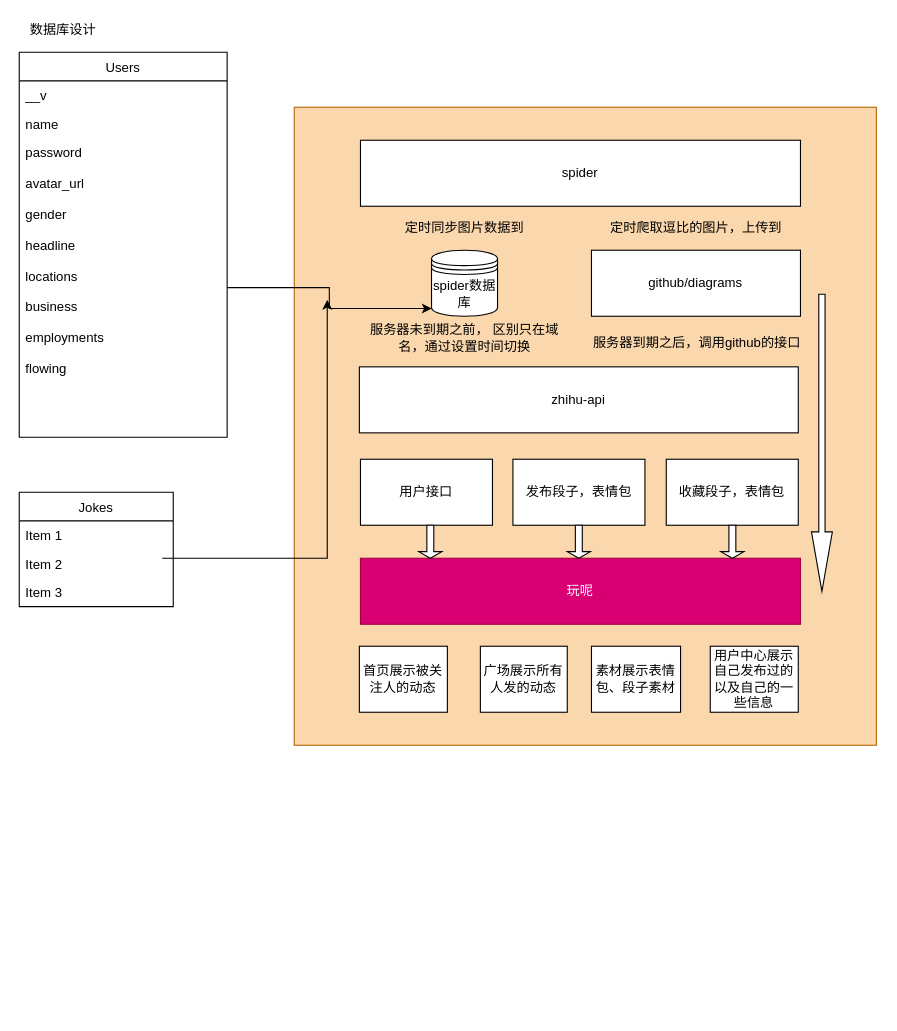
Before: uml/玩呢.drawio in Zenquan/diagrams, a draw.io diagram. Source tidied: cells renumbered, new cells numbered last; positions are measured from the earlier drawing's top-left corner, leaving out a move shared by most shapes. Both pictures are drawn from the tidied source at 110%, with x=0, y=0 at pixel (19, 19).
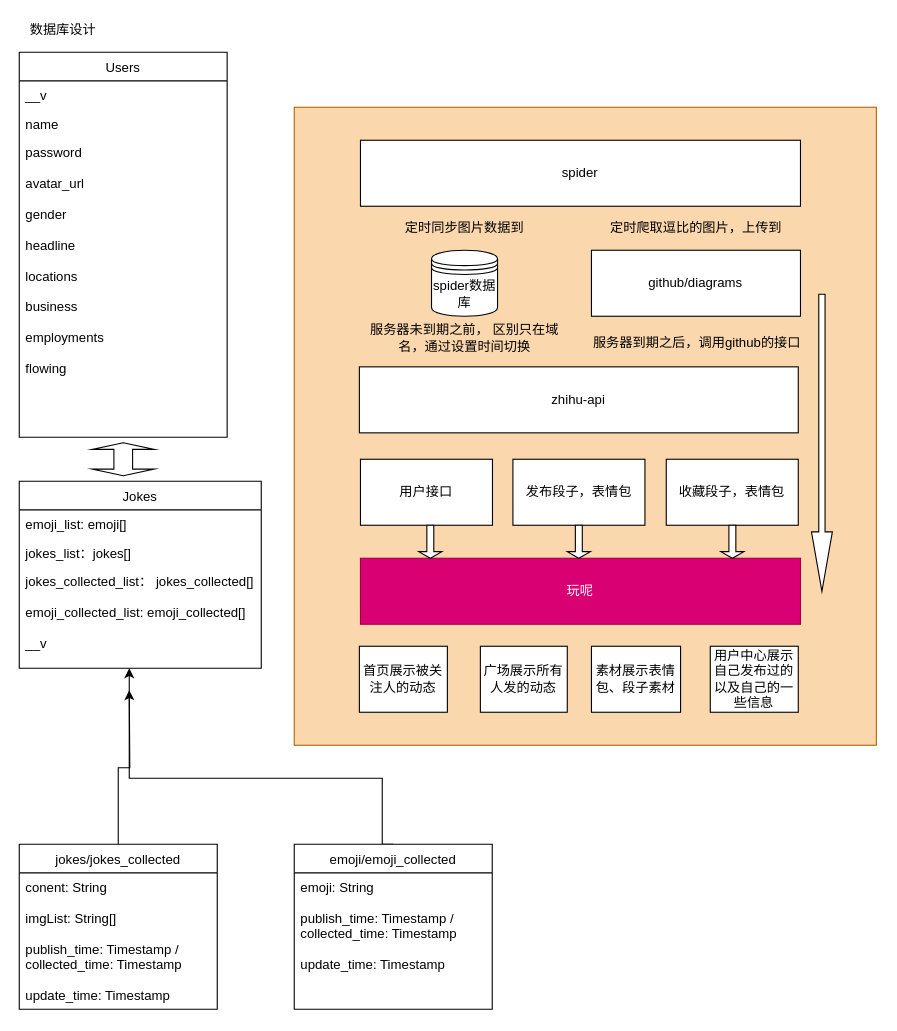
Above is the later version.

The change refers to these unchanged cells:
```xml
<mxCell id="7" value="password&#10;&#10;avatar_url&#10;&#10;gender&#10;&#10;headline&#10;&#10;locations&#10;&#10;business&#10;&#10;employments&#10;&#10;flowing" style="text;strokeColor=none;fillColor=none;align=left;verticalAlign=top;spacingLeft=4;spacingRight=4;overflow=hidden;points=[[0,0.5],[1,0.5]];portConstraint=eastwest;" parent="4" vertex="1">
  <mxGeometry y="78" width="189" height="272" as="geometry" />
</mxCell>
<mxCell id="27" value="&lt;span&gt;spider数据库&lt;/span&gt;" style="shape=datastore;whiteSpace=wrap;html=1;" parent="1" vertex="1">
  <mxGeometry x="374.8" y="210" width="60" height="60" as="geometry" />
</mxCell>
```

What changed in the source:
```diff
@@
     <mxCell id="13" value="Jokes" style="swimlane;fontStyle=0;horizontal=1;startSize=26;" parent="1" vertex="1">
-      <mxGeometry y="430" width="140" height="104" as="geometry" />
+      <mxGeometry y="420" width="220" height="170" as="geometry" />
     </mxCell>
+    <mxCell id="15" value="emoji_list: emoji[]" style="text;strokeColor=none;fillColor=none;align=left;verticalAlign=top;spacingLeft=4;spacingRight=4;overflow=hidden;" parent="13" vertex="1">
+      <mxGeometry y="26" width="220" height="26" as="geometry" />
+    </mxCell>
-    <mxCell id="14" value="Item 1" style="text;strokeColor=none;fillColor=none;align=left;verticalAlign=top;spacingLeft=4;spacingRight=4;overflow=hidden;" parent="13" vertex="1">
-      <mxGeometry y="26" width="140" height="26" as="geometry" />
+    <mxCell id="14" value="jokes_list：jokes[]" style="text;strokeColor=none;fillColor=none;align=left;verticalAlign=top;spacingLeft=4;spacingRight=4;overflow=hidden;" parent="13" vertex="1">
+      <mxGeometry y="52" width="220" height="26" as="geometry" />
     </mxCell>
-    <mxCell id="15" value="Item 2" style="text;strokeColor=none;fillColor=none;align=left;verticalAlign=top;spacingLeft=4;spacingRight=4;overflow=hidden;" parent="13" vertex="1">
-      <mxGeometry y="52" width="140" height="26" as="geometry" />
-    </mxCell>
-    <mxCell id="16" value="Item 3" style="text;strokeColor=none;fillColor=none;align=left;verticalAlign=top;spacingLeft=4;spacingRight=4;overflow=hidden;points=[[0,0.5],[1,0.5]];portConstraint=eastwest;" parent="13" vertex="1">
-      <mxGeometry y="78" width="140" height="26" as="geometry" />
+    <mxCell id="16" value="jokes_collected_list： jokes_collected[]&#10;&#10;emoji_collected_list: emoji_collected[]&#10;&#10;__v" style="text;strokeColor=none;fillColor=none;align=left;verticalAlign=top;spacingLeft=4;spacingRight=4;overflow=hidden;points=[[0,0.5],[1,0.5]];portConstraint=eastwest;" parent="13" vertex="1">
+      <mxGeometry y="78" width="220" height="92" as="geometry" />
     </mxCell>
@@
-    <mxCell id="32" style="edgeStyle=orthogonalEdgeStyle;rounded=0;jettySize=auto;html=1;exitX=1;exitY=0.5;exitDx=0;exitDy=0;entryX=0.004;entryY=0.883;entryDx=0;entryDy=0;entryPerimeter=0;" parent="1" edge="1" source="7" target="27">
-      <mxGeometry relative="1" as="geometry" />
-    </mxCell>
-    <mxCell id="33" style="edgeStyle=orthogonalEdgeStyle;rounded=0;orthogonalLoop=1;jettySize=auto;html=1;exitX=1;exitY=0.5;exitDx=0;exitDy=0;" parent="1" edge="1">
-      <mxGeometry relative="1" as="geometry">
-        <mxPoint x="130" y="490" as="sourcePoint" />
-        <mxPoint x="280" y="255" as="targetPoint" />
-        <Array as="points">
-          <mxPoint x="280" y="490" />
-        </Array>
-      </mxGeometry>
-    </mxCell>
+    <mxCell id="34" style="edgeStyle=orthogonalEdgeStyle;rounded=0;jettySize=auto;html=1;exitX=0.5;exitY=0;exitDx=0;exitDy=0;" parent="1" edge="1" source="35">
+      <mxGeometry relative="1" as="geometry">
+        <mxPoint x="100" y="610" as="targetPoint" />
+      </mxGeometry>
+    </mxCell>
+    <mxCell id="35" value="jokes/jokes_collected" style="swimlane;fontStyle=0;horizontal=1;startSize=26;" parent="1" vertex="1">
+      <mxGeometry y="750" width="180" height="150" as="geometry" />
+    </mxCell>
+    <mxCell id="36" value="conent: String&#10;&#10;imgList: String[]&#10;&#10;publish_time: Timestamp /&#10;collected_time: Timestamp&#10;&#10;update_time: Timestamp" style="text;strokeColor=none;fillColor=none;align=left;verticalAlign=top;spacingLeft=4;spacingRight=4;overflow=hidden;" parent="35" vertex="1">
+      <mxGeometry y="26" width="180" height="124" as="geometry" />
+    </mxCell>
+    <mxCell id="37" style="edgeStyle=orthogonalEdgeStyle;rounded=0;jettySize=auto;html=1;" parent="1" edge="1" target="16">
+      <mxGeometry relative="1" as="geometry">
+        <mxPoint x="340.1" y="750" as="sourcePoint" />
+        <Array as="points">
+          <mxPoint x="330" y="750" />
+          <mxPoint x="330" y="690" />
+          <mxPoint x="100" y="690" />
+        </Array>
+      </mxGeometry>
+    </mxCell>
+    <mxCell id="38" value="emoji/emoji_collected" style="swimlane;fontStyle=0;horizontal=1;startSize=26;" parent="1" vertex="1">
+      <mxGeometry x="250" y="750" width="180" height="150" as="geometry" />
+    </mxCell>
+    <mxCell id="39" value="emoji: String&#10;&#10;publish_time: Timestamp /&#10;collected_time: Timestamp&#10;&#10;update_time: Timestamp" style="text;strokeColor=none;fillColor=none;align=left;verticalAlign=top;spacingLeft=4;spacingRight=4;overflow=hidden;" parent="38" vertex="1">
+      <mxGeometry y="26" width="180" height="124" as="geometry" />
+    </mxCell>
+    <mxCell id="40" style="shape=doubleArrow;direction=south;whiteSpace=wrap;html=1;" parent="1" vertex="1">
+      <mxGeometry x="66.2" y="385" width="56.7" height="30" as="geometry" />
+    </mxCell>
```
